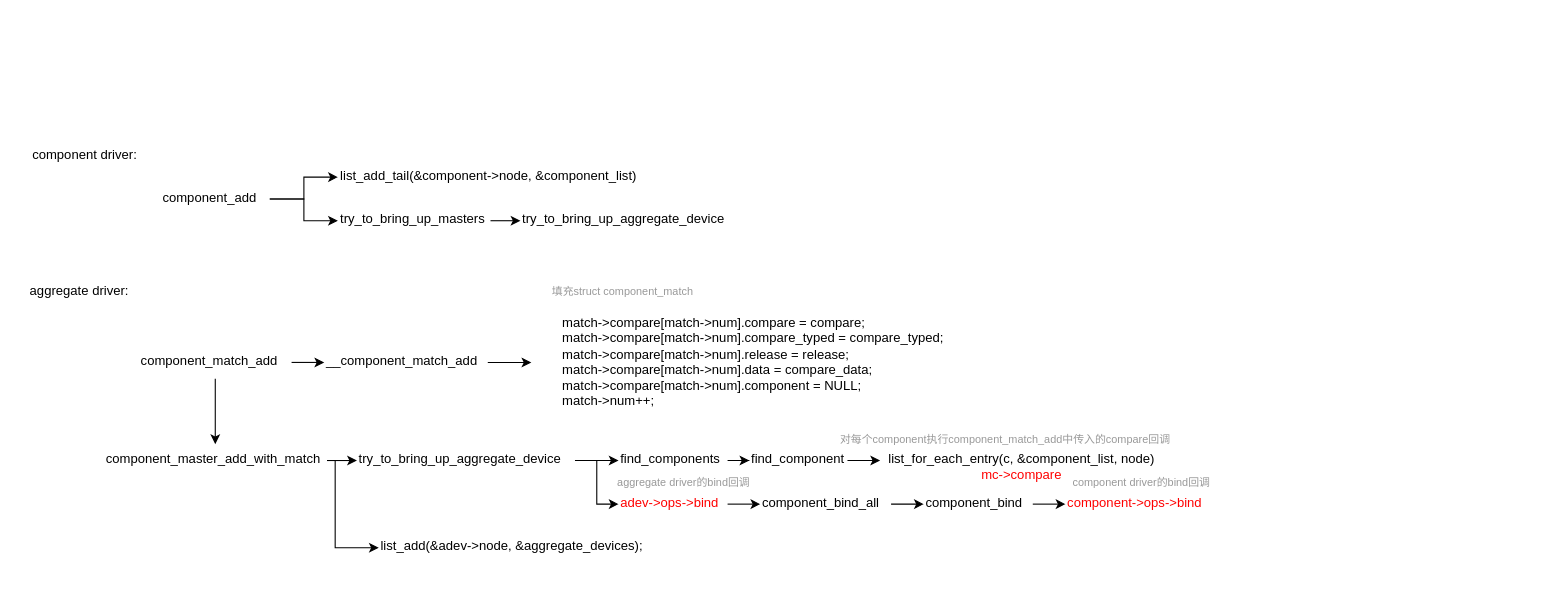
YC-Xiang/draw.io keeps this draw.io diagram as kernel/component.drawio. Above is the earlier version. Source tidied: cells renumbered, new cells numbered last; positions are measured from the earlier drawing's top-left corner, leaving out a move shared by most shapes. Both pictures are drawn from the tidied source at 109%, with x=0, y=0 at pixel (19, 138).
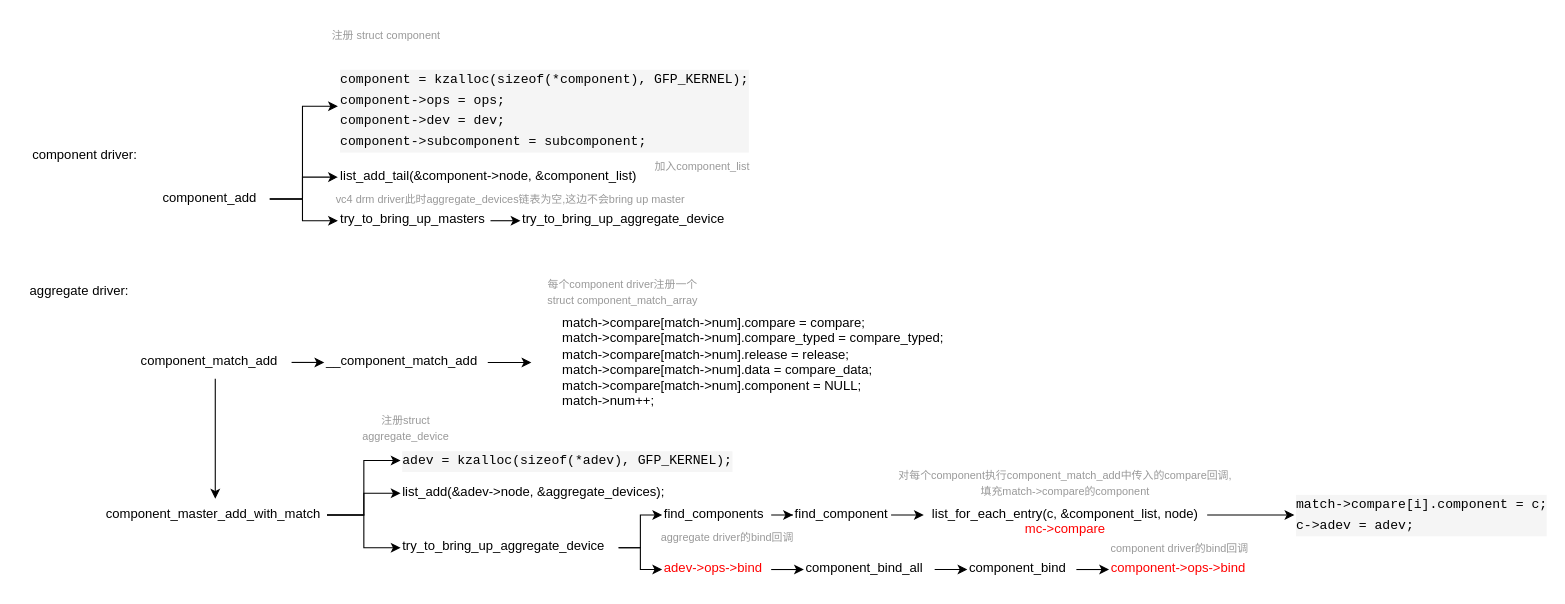
The same diagram, later.

Unchanged cells that the change refers to:
```xml
<mxCell id="18" value="component_add" style="text;whiteSpace=wrap;html=1;" parent="1" vertex="1">
  <mxGeometry x="130" y="40" width="100" height="30" as="geometry" />
</mxCell>
<mxCell id="20" value="try_to_bring_up_masters" style="text;whiteSpace=wrap;html=1;" parent="1" vertex="1">
  <mxGeometry x="292.5" y="60" width="140" height="30" as="geometry" />
</mxCell>
<mxCell id="29" value="list_add_tail(&amp;component-&gt;node, &amp;component_list)" style="text;whiteSpace=wrap;html=1;" parent="1" vertex="1">
  <mxGeometry x="292.5" y="20" width="280" height="30" as="geometry" />
</mxCell>
```

The edit, as a diff of the source:
```diff
@@
+    <mxCell id="40" style="edgeStyle=orthogonalEdgeStyle;rounded=0;jettySize=auto;html=1;exitX=1;exitY=0.5;exitDx=0;exitDy=0;entryX=0;entryY=0.5;entryDx=0;entryDy=0;" parent="1" edge="1" source="10" target="47">
+      <mxGeometry relative="1" as="geometry" />
+    </mxCell>
@@
     <mxCell id="9" style="edgeStyle=orthogonalEdgeStyle;rounded=0;jettySize=auto;html=1;exitX=1;exitY=0.5;exitDx=0;exitDy=0;entryX=0;entryY=0.5;entryDx=0;entryDy=0;" parent="1" edge="1" source="10" target="30">
-      <mxGeometry relative="1" as="geometry">
-        <Array as="points">
-          <mxPoint x="290" y="295" />
-          <mxPoint x="290" y="375" />
-        </Array>
-      </mxGeometry>
+      <mxGeometry relative="1" as="geometry" />
     </mxCell>
     <mxCell id="10" value="component_master_add_with_match" style="text;whiteSpace=wrap;html=1;" parent="1" vertex="1">
-      <mxGeometry x="77.5" y="280" width="205" height="30" as="geometry" />
+      <mxGeometry x="77.5" y="330" width="205" height="30" as="geometry" />
     </mxCell>
@@
     <mxCell id="15" value="try_to_bring_up_aggregate_device" style="text;whiteSpace=wrap;html=1;" parent="1" vertex="1">
-      <mxGeometry x="310" y="280" width="200" height="30" as="geometry" />
+      <mxGeometry x="350" y="360" width="200" height="30" as="geometry" />
     </mxCell>
     <mxCell id="16" style="edgeStyle=orthogonalEdgeStyle;rounded=0;jettySize=auto;html=1;exitX=1;exitY=0.5;exitDx=0;exitDy=0;entryX=0;entryY=0.5;entryDx=0;entryDy=0;" parent="1" edge="1" source="18" target="20">
-      <mxGeometry relative="1" as="geometry" />
+      <mxGeometry relative="1" as="geometry">
+        <Array as="points">
+          <mxPoint x="260" y="55" />
+          <mxPoint x="260" y="75" />
+        </Array>
+      </mxGeometry>
     </mxCell>
     <mxCell id="17" style="edgeStyle=orthogonalEdgeStyle;rounded=0;jettySize=auto;html=1;exitX=1;exitY=0.5;exitDx=0;exitDy=0;entryX=0;entryY=0.5;entryDx=0;entryDy=0;" parent="1" edge="1" source="18" target="29">
-      <mxGeometry relative="1" as="geometry" />
+      <mxGeometry relative="1" as="geometry">
+        <Array as="points">
+          <mxPoint x="260" y="55" />
+          <mxPoint x="260" y="35" />
+        </Array>
+      </mxGeometry>
     </mxCell>
+    <mxCell id="41" style="edgeStyle=orthogonalEdgeStyle;rounded=0;jettySize=auto;html=1;exitX=1;exitY=0.5;exitDx=0;exitDy=0;entryX=0;entryY=0.5;entryDx=0;entryDy=0;" parent="1" edge="1" source="18" target="44">
+      <mxGeometry relative="1" as="geometry">
+        <Array as="points">
+          <mxPoint x="260" y="55" />
+          <mxPoint x="260" y="-30" />
+        </Array>
+      </mxGeometry>
+    </mxCell>
@@
     <mxCell id="22" value="find_components" style="text;whiteSpace=wrap;html=1;" parent="1" vertex="1">
-      <mxGeometry x="550" y="280" width="100" height="30" as="geometry" />
+      <mxGeometry x="590" y="330" width="100" height="30" as="geometry" />
     </mxCell>
-    <mxCell id="23" value="&lt;font style=&quot;font-size: 10px;&quot; color=&quot;#999999&quot;&gt;填充struct component_match&lt;/font&gt;" style="text;html=1;align=center;verticalAlign=middle;whiteSpace=wrap;rounded=0;" parent="1" vertex="1">
+    <mxCell id="23" value="&lt;font style=&quot;font-size: 10px;&quot; color=&quot;#999999&quot;&gt;每个component driver注册一个struct component_match_array&lt;/font&gt;" style="text;html=1;align=center;verticalAlign=middle;whiteSpace=wrap;rounded=0;" parent="1" vertex="1">
       <mxGeometry x="474" y="125" width="160" height="30" as="geometry" />
     </mxCell>
@@
     <mxCell id="25" value="&lt;font color=&quot;#ff0000&quot;&gt;adev-&amp;gt;ops-&amp;gt;bind&lt;/font&gt;" style="text;whiteSpace=wrap;html=1;" parent="1" vertex="1">
-      <mxGeometry x="550" y="320" width="100" height="30" as="geometry" />
+      <mxGeometry x="590" y="380" width="100" height="30" as="geometry" />
     </mxCell>
     <mxCell id="26" value="&lt;font style=&quot;font-size: 10px;&quot; color=&quot;#999999&quot;&gt;aggregate driver的bind回调&lt;/font&gt;" style="text;html=1;align=center;verticalAlign=middle;whiteSpace=wrap;rounded=0;" parent="1" vertex="1">
-      <mxGeometry x="540" y="300" width="140" height="30" as="geometry" />
+      <mxGeometry x="580" y="350" width="140" height="30" as="geometry" />
     </mxCell>
+    <mxCell id="42" style="edgeStyle=orthogonalEdgeStyle;rounded=0;jettySize=auto;html=1;" parent="1" edge="1" source="27" target="49">
+      <mxGeometry relative="1" as="geometry" />
+    </mxCell>
     <mxCell id="27" value="list_for_each_entry(c, &amp;amp;component_list, node)&lt;div&gt;&lt;font color=&quot;#ff0000&quot;&gt;mc-&amp;gt;compare&lt;/font&gt;&lt;/div&gt;" style="text;whiteSpace=wrap;html=1;align=center;" parent="1" vertex="1">
-      <mxGeometry x="790" y="280" width="260" height="30" as="geometry" />
+      <mxGeometry x="830" y="330" width="260" height="30" as="geometry" />
     </mxCell>
-    <mxCell id="28" value="&lt;font style=&quot;font-size: 10px;&quot; color=&quot;#999999&quot;&gt;对每个component执行component_match_add中传入的compare回调&lt;/font&gt;" style="text;html=1;align=center;verticalAlign=middle;whiteSpace=wrap;rounded=0;" parent="1" vertex="1">
-      <mxGeometry x="750" y="260" width="310" height="30" as="geometry" />
+    <mxCell id="28" value="&lt;font style=&quot;font-size: 10px;&quot; color=&quot;#999999&quot;&gt;对每个component执行component_match_add中传入的compare回调, 填充match-&amp;gt;compare的component&lt;/font&gt;" style="text;html=1;align=center;verticalAlign=middle;whiteSpace=wrap;rounded=0;" parent="1" vertex="1">
+      <mxGeometry x="805" y="300" width="310" height="30" as="geometry" />
     </mxCell>
@@
     <mxCell id="30" value="list_add(&amp;adev-&gt;node, &amp;aggregate_devices);" style="text;whiteSpace=wrap;html=1;" parent="1" vertex="1">
-      <mxGeometry x="330" y="360" width="247.5" height="30" as="geometry" />
+      <mxGeometry x="350" y="310" width="247.5" height="30" as="geometry" />
     </mxCell>
@@
     <mxCell id="33" value="find_component" style="text;whiteSpace=wrap;html=1;" parent="1" vertex="1">
-      <mxGeometry x="670" y="280" width="90" height="30" as="geometry" />
+      <mxGeometry x="710" y="330" width="90" height="30" as="geometry" />
     </mxCell>
@@
     <mxCell id="35" value="component_bind_all" style="text;whiteSpace=wrap;html=1;" parent="1" vertex="1">
-      <mxGeometry x="680" y="320" width="120" height="30" as="geometry" />
+      <mxGeometry x="720" y="380" width="120" height="30" as="geometry" />
     </mxCell>
@@
     <mxCell id="37" value="component_bind" style="text;whiteSpace=wrap;html=1;" parent="1" vertex="1">
-      <mxGeometry x="830" y="320" width="100" height="30" as="geometry" />
+      <mxGeometry x="870" y="380" width="100" height="30" as="geometry" />
     </mxCell>
     <mxCell id="38" value="&lt;font color=&quot;#ff0000&quot;&gt;component-&amp;gt;ops-&amp;gt;bind&lt;/font&gt;" style="text;whiteSpace=wrap;html=1;" parent="1" vertex="1">
-      <mxGeometry x="960" y="320" width="130" height="30" as="geometry" />
+      <mxGeometry x="1000" y="380" width="130" height="30" as="geometry" />
     </mxCell>
     <mxCell id="39" value="&lt;font style=&quot;font-size: 10px;&quot; color=&quot;#999999&quot;&gt;component driver的bind回调&lt;/font&gt;" style="text;html=1;align=center;verticalAlign=middle;whiteSpace=wrap;rounded=0;" parent="1" vertex="1">
-      <mxGeometry x="960" y="300" width="140" height="30" as="geometry" />
+      <mxGeometry x="995" y="360" width="140" height="30" as="geometry" />
     </mxCell>
+    <mxCell id="43" value="&lt;font style=&quot;font-size: 10px; color: rgb(153, 153, 153);&quot;&gt;vc4 drm driver此时aggregate_devices链表为空,这边不会bring up master&lt;/font&gt;" style="text;html=1;align=center;verticalAlign=middle;whiteSpace=wrap;rounded=0;" parent="1" vertex="1">
+      <mxGeometry x="266.5" y="40" width="367.5" height="30" as="geometry" />
+    </mxCell>
+    <mxCell id="44" value="&lt;div style=&quot;background-color: rgb(245, 245, 245); font-family: Consolas, &amp;quot;Courier New&amp;quot;, monospace; font-weight: normal; line-height: 19px; white-space: pre;&quot;&gt;&lt;div style=&quot;&quot;&gt;&lt;font style=&quot;color: rgb(0, 0, 0);&quot;&gt;&lt;span&gt;&lt;div style=&quot;line-height: 19px;&quot;&gt;&lt;span&gt;component&lt;/span&gt; = &lt;span&gt;kzalloc&lt;/span&gt;(&lt;span&gt;sizeof&lt;/span&gt;(*&lt;span&gt;component&lt;/span&gt;), &lt;span&gt;GFP_KERNEL&lt;/span&gt;);&lt;/div&gt;&lt;/span&gt;&lt;/font&gt;&lt;/div&gt;&lt;div style=&quot;&quot;&gt;&lt;font style=&quot;color: rgb(0, 0, 0);&quot;&gt;&lt;span&gt;component&lt;/span&gt;&lt;span&gt;-&amp;gt;&lt;/span&gt;&lt;span&gt;ops&lt;/span&gt;&lt;span&gt; &lt;/span&gt;&lt;span&gt;=&lt;/span&gt;&lt;span&gt; &lt;/span&gt;&lt;span&gt;ops&lt;/span&gt;&lt;span&gt;;&lt;/span&gt;&lt;/font&gt;&lt;/div&gt;&lt;div style=&quot;&quot;&gt;&lt;font style=&quot;color: rgb(0, 0, 0);&quot;&gt;&lt;span&gt;component&lt;/span&gt;&lt;span&gt;-&amp;gt;&lt;/span&gt;&lt;span&gt;dev&lt;/span&gt;&lt;span&gt; &lt;/span&gt;&lt;span&gt;=&lt;/span&gt;&lt;span&gt; &lt;/span&gt;&lt;span&gt;dev&lt;/span&gt;&lt;span&gt;;&lt;/span&gt;&lt;/font&gt;&lt;/div&gt;&lt;div style=&quot;&quot;&gt;&lt;font style=&quot;color: rgb(0, 0, 0);&quot;&gt;&lt;span&gt;component&lt;/span&gt;&lt;span&gt;-&amp;gt;&lt;/span&gt;&lt;span&gt;subcomponent&lt;/span&gt;&lt;span&gt; &lt;/span&gt;&lt;span&gt;=&lt;/span&gt;&lt;span&gt; &lt;/span&gt;&lt;span&gt;subcomponent&lt;/span&gt;&lt;span&gt;;&lt;/span&gt;&lt;/font&gt;&lt;/div&gt;&lt;/div&gt;" style="text;whiteSpace=wrap;html=1;" parent="1" vertex="1">
+      <mxGeometry x="292.5" y="-70" width="350" height="80" as="geometry" />
+    </mxCell>
+    <mxCell id="45" value="&lt;font style=&quot;font-size: 10px;&quot; color=&quot;#999999&quot;&gt;注册 struct component&lt;/font&gt;" style="text;html=1;align=center;verticalAlign=middle;whiteSpace=wrap;rounded=0;" parent="1" vertex="1">
+      <mxGeometry x="282.5" y="-110" width="107.5" height="30" as="geometry" />
+    </mxCell>
+    <mxCell id="46" value="&lt;font color=&quot;#999999&quot;&gt;&lt;span style=&quot;font-size: 10px;&quot;&gt;加入component_list&lt;/span&gt;&lt;/font&gt;" style="text;html=1;align=center;verticalAlign=middle;whiteSpace=wrap;rounded=0;" parent="1" vertex="1">
+      <mxGeometry x="572.5" y="10" width="107.5" height="30" as="geometry" />
+    </mxCell>
+    <mxCell id="47" value="&lt;div style=&quot;background-color: rgb(245, 245, 245); font-family: Consolas, &amp;quot;Courier New&amp;quot;, monospace; font-weight: normal; line-height: 19px; white-space: pre;&quot;&gt;&lt;div style=&quot;&quot;&gt;&lt;font style=&quot;color: rgb(0, 0, 0);&quot;&gt;&lt;span&gt;adev&lt;/span&gt;&lt;span&gt; &lt;/span&gt;&lt;span&gt;=&lt;/span&gt;&lt;span&gt; &lt;/span&gt;&lt;span&gt;kzalloc&lt;/span&gt;&lt;span&gt;(&lt;/span&gt;&lt;span&gt;sizeof&lt;/span&gt;&lt;span&gt;(&lt;/span&gt;&lt;span&gt;*&lt;/span&gt;&lt;span&gt;adev&lt;/span&gt;&lt;span&gt;), &lt;/span&gt;&lt;span&gt;GFP_KERNEL&lt;/span&gt;&lt;span&gt;);&lt;/span&gt;&lt;/font&gt;&lt;/div&gt;&lt;/div&gt;" style="text;whiteSpace=wrap;html=1;" parent="1" vertex="1">
+      <mxGeometry x="350" y="280" width="286" height="30" as="geometry" />
+    </mxCell>
+    <mxCell id="48" value="&lt;font color=&quot;#999999&quot;&gt;&lt;span style=&quot;font-size: 10px;&quot;&gt;注册struct aggregate_device&lt;/span&gt;&lt;/font&gt;" style="text;html=1;align=center;verticalAlign=middle;whiteSpace=wrap;rounded=0;" parent="1" vertex="1">
+      <mxGeometry x="301.2" y="250" width="107.5" height="30" as="geometry" />
+    </mxCell>
+    <mxCell id="49" value="&lt;div style=&quot;background-color: rgb(245, 245, 245); font-family: Consolas, &amp;quot;Courier New&amp;quot;, monospace; font-weight: normal; line-height: 19px; white-space: pre;&quot;&gt;&lt;div style=&quot;&quot;&gt;&lt;font style=&quot;color: rgb(0, 0, 0);&quot;&gt;match-&amp;gt;compare[i].component = c;&lt;/font&gt;&lt;/div&gt;&lt;div style=&quot;&quot;&gt;&lt;font style=&quot;color: rgb(0, 0, 0);&quot;&gt;c-&amp;gt;adev = adev;&lt;/font&gt;&lt;/div&gt;&lt;/div&gt;" style="text;whiteSpace=wrap;html=1;" parent="1" vertex="1">
+      <mxGeometry x="1170" y="320" width="220" height="50" as="geometry" />
+    </mxCell>
```
